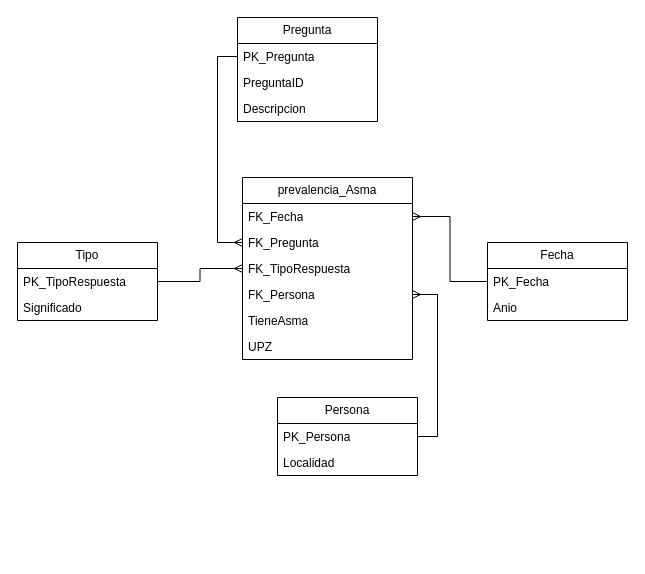
Before: modeloDim.drawio in JMarts32/proyecto2BI, a draw.io diagram. Source tidied: cells renumbered, new cells numbered last; positions are measured from the earlier drawing's top-left corner, leaving out a move shared by most shapes. Both pictures are drawn from the tidied source at 100%, with x=0, y=0 at pixel (17, 17).
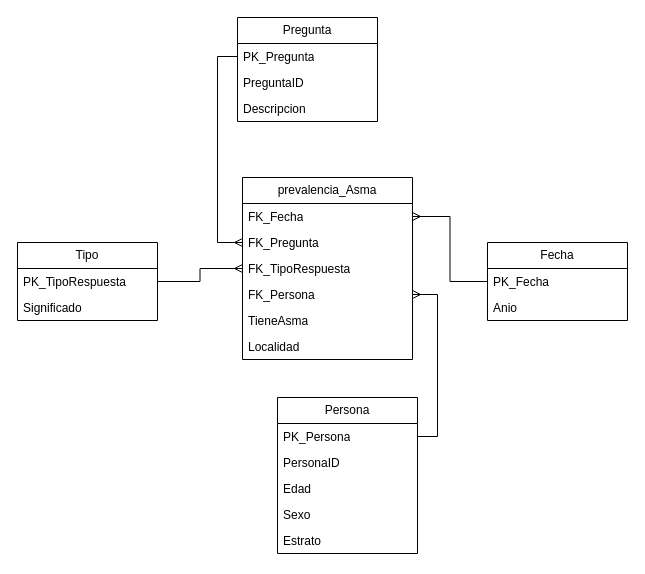
After the change.

Unchanged cells that the change refers to:
```xml
<mxCell id="2" value="prevalencia_Asma" style="swimlane;fontStyle=0;horizontal=1;startSize=26;fillColor=none;whiteSpace=wrap;html=1;" parent="1" vertex="1">
  <mxGeometry x="225" y="160" width="170" height="182" as="geometry" />
</mxCell>
```

The edit, as a diff of the source:
```diff
@@
-    <mxCell id="8" value="UPZ" style="text;strokeColor=none;fillColor=none;align=left;verticalAlign=top;spacingLeft=4;spacingRight=4;overflow=hidden;whiteSpace=wrap;html=1;" parent="2" vertex="1">
-      <mxGeometry y="156" width="170" height="26" as="geometry" />
-    </mxCell>
+    <mxCell id="14" value="Localidad" style="text;strokeColor=none;fillColor=none;align=left;verticalAlign=top;spacingLeft=4;spacingRight=4;overflow=hidden;whiteSpace=wrap;html=1;" parent="2" vertex="1">
+      <mxGeometry y="156" width="170" height="26" as="geometry" />
+    </mxCell>
@@
     <mxCell id="12" value="Persona" style="swimlane;fontStyle=0;horizontal=1;startSize=26;fillColor=none;whiteSpace=wrap;html=1;" parent="1" vertex="1">
-      <mxGeometry x="260" y="380" width="140" height="78" as="geometry" />
+      <mxGeometry x="260" y="380" width="140" height="156" as="geometry" />
     </mxCell>
@@
-    <mxCell id="14" value="Localidad" style="text;strokeColor=none;fillColor=none;align=left;verticalAlign=top;spacingLeft=4;spacingRight=4;overflow=hidden;whiteSpace=wrap;html=1;" parent="12" vertex="1">
-      <mxGeometry y="52" width="140" height="26" as="geometry" />
-    </mxCell>
+    <mxCell id="26" value="PersonaID" style="text;strokeColor=none;fillColor=none;align=left;verticalAlign=top;spacingLeft=4;spacingRight=4;overflow=hidden;whiteSpace=wrap;html=1;" parent="12" vertex="1">
+      <mxGeometry y="52" width="140" height="26" as="geometry" />
+    </mxCell>
+    <mxCell id="27" value="Edad" style="text;strokeColor=none;fillColor=none;align=left;verticalAlign=top;spacingLeft=4;spacingRight=4;overflow=hidden;whiteSpace=wrap;html=1;" parent="12" vertex="1">
+      <mxGeometry y="78" width="140" height="26" as="geometry" />
+    </mxCell>
+    <mxCell id="28" value="Sexo" style="text;strokeColor=none;fillColor=none;align=left;verticalAlign=top;spacingLeft=4;spacingRight=4;overflow=hidden;whiteSpace=wrap;html=1;" parent="12" vertex="1">
+      <mxGeometry y="104" width="140" height="26" as="geometry" />
+    </mxCell>
+    <mxCell id="29" value="Estrato" style="text;strokeColor=none;fillColor=none;align=left;verticalAlign=top;spacingLeft=4;spacingRight=4;overflow=hidden;whiteSpace=wrap;html=1;" parent="12" vertex="1">
+      <mxGeometry y="130" width="140" height="26" as="geometry" />
+    </mxCell>
```
